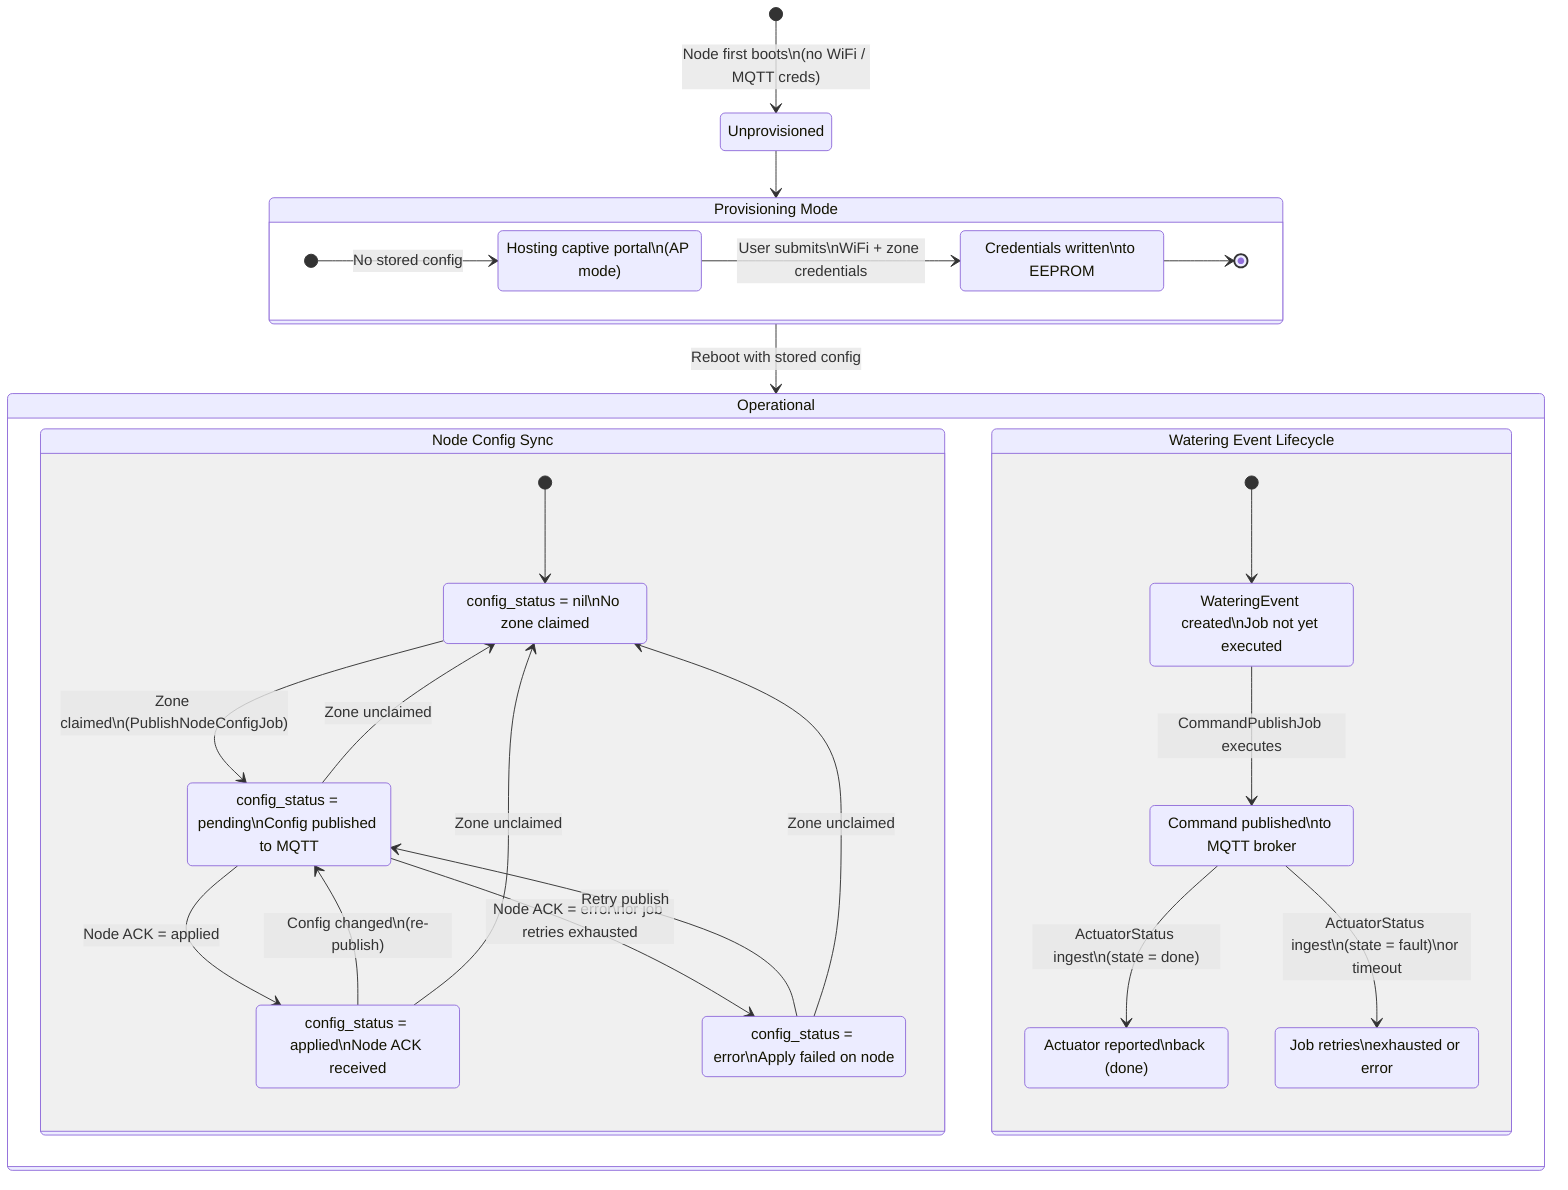
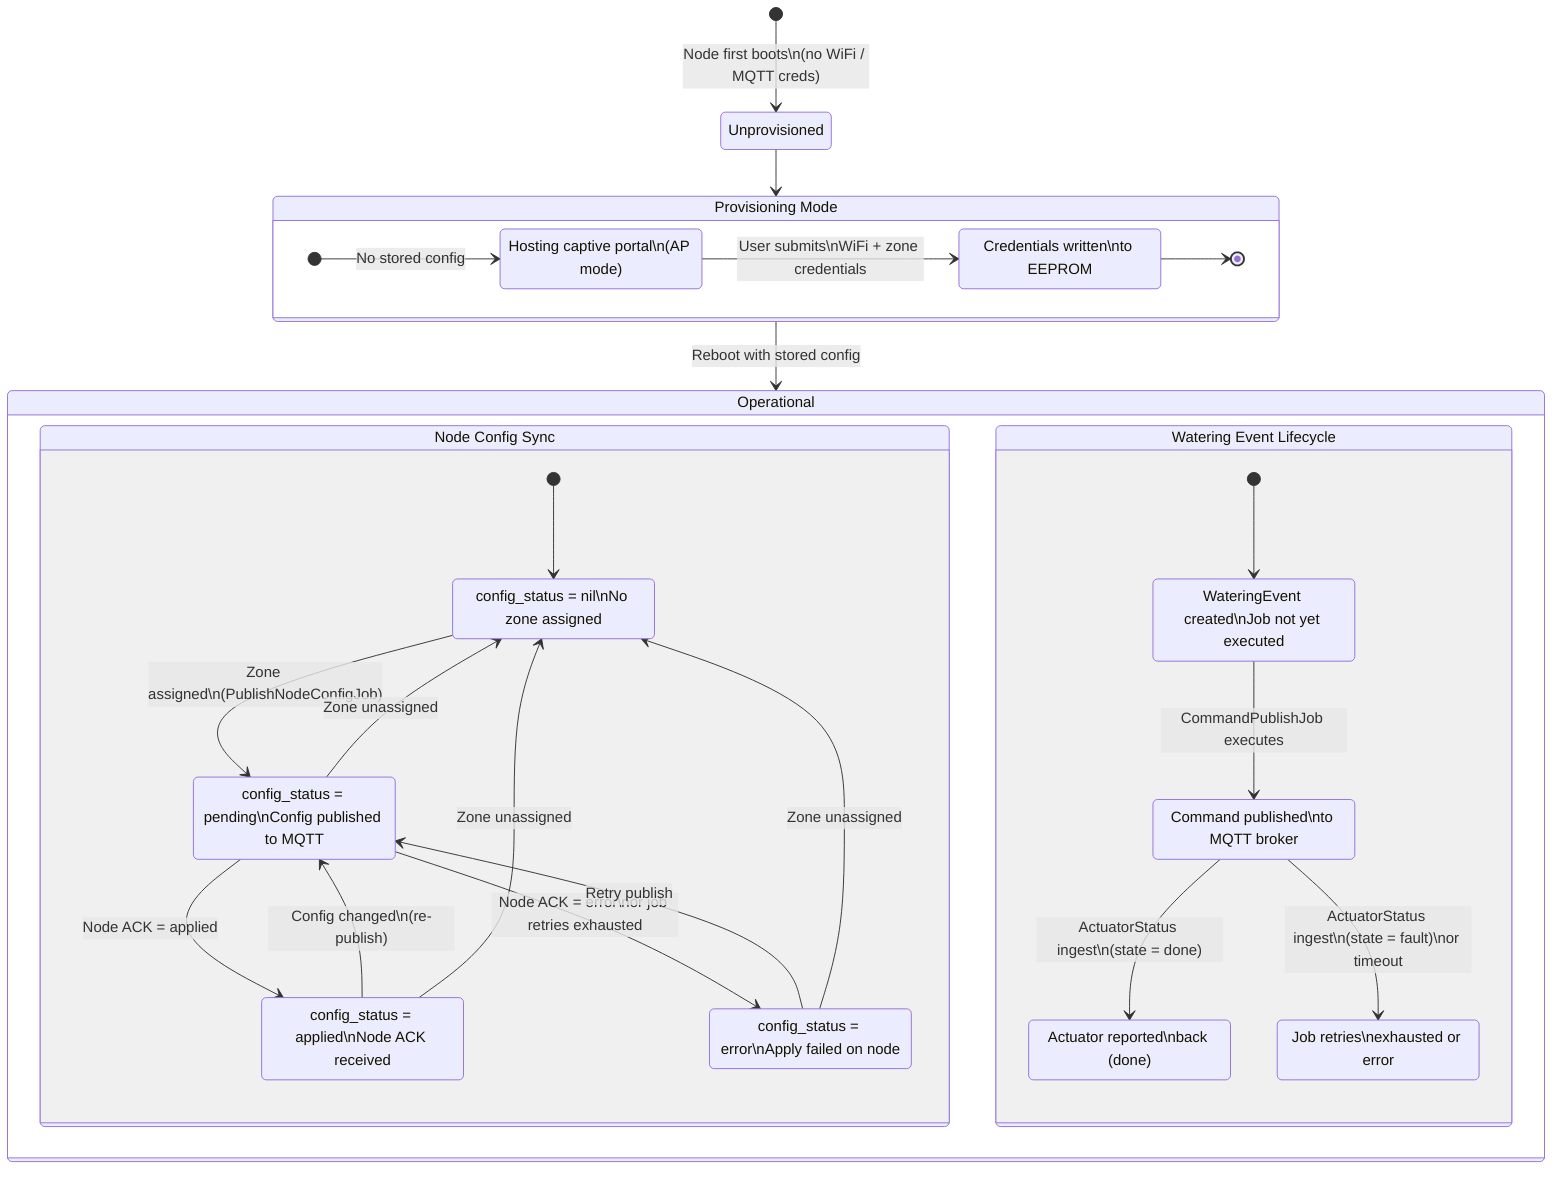
stateDiagram-v2
    direction TB

    [*] --> Unprovisioned : Node first boots\n(no WiFi / MQTT creds)

    state "Provisioning Mode" as PROV {
        direction LR
        [*] --> HostingAP : No stored config
        HostingAP : Hosting captive portal\n(AP mode)
        HostingAP --> ConfigSaved : User submits\nWiFi + zone credentials
        ConfigSaved : Credentials written\nto EEPROM
        ConfigSaved --> [*]
    }

    Unprovisioned --> PROV
    PROV --> Operational : Reboot with stored config

    state "Operational" as Operational {
        direction TB

        state "Node Config Sync" as CFG {
            [*] --> Unassigned

-             Unassigned : config_status = nil\nNo zone claimed
+             Unassigned : config_status = nil\nNo zone assigned
            Pending    : config_status = pending\nConfig published to MQTT
            Applied    : config_status = applied\nNode ACK received
            Error      : config_status = error\nApply failed on node

-             Unassigned --> Pending  : Zone claimed\n(PublishNodeConfigJob)
+             Unassigned --> Pending  : Zone assigned\n(PublishNodeConfigJob)
            Pending    --> Applied  : Node ACK = applied
            Pending    --> Error    : Node ACK = error\nor job retries exhausted
            Error      --> Pending  : Retry publish
            Applied    --> Pending  : Config changed\n(re-publish)
-             Pending    --> Unassigned : Zone unclaimed
-             Applied    --> Unassigned : Zone unclaimed
-             Error      --> Unassigned : Zone unclaimed
+             Pending    --> Unassigned : Zone unassigned
+             Applied    --> Unassigned : Zone unassigned
+             Error      --> Unassigned : Zone unassigned
        }

        state "Watering Event Lifecycle" as WE {
            [*]      --> Queued

            Queued    : WateringEvent created\nJob not yet executed
            Sent      : Command published\nto MQTT broker
            Completed : Actuator reported\nback (done)
            Failed    : Job retries\nexhausted or error

            Queued    --> Sent      : CommandPublishJob executes
            Sent      --> Completed : ActuatorStatus ingest\n(state = done)
            Sent      --> Failed    : ActuatorStatus ingest\n(state = fault)\nor timeout
        }
    }
